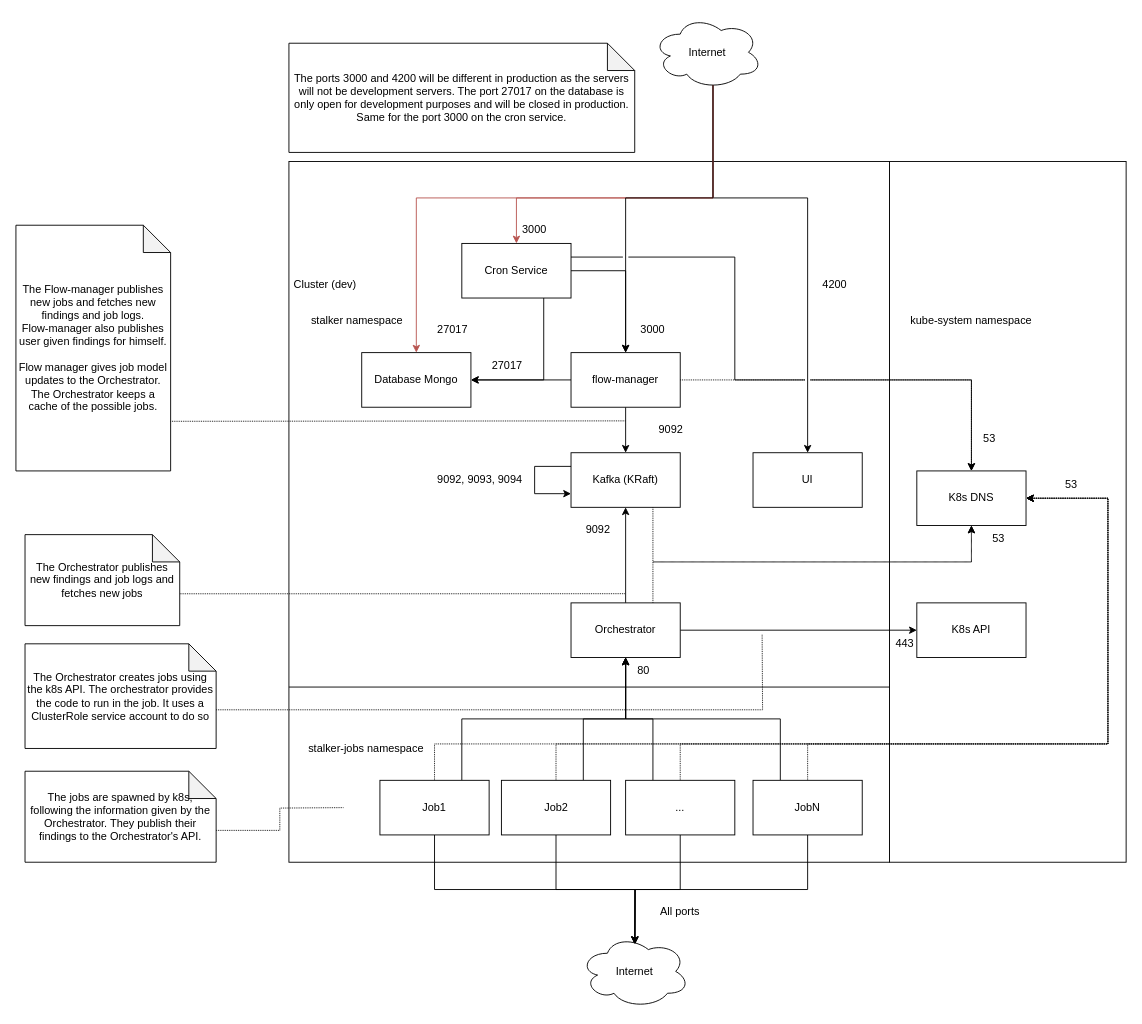
This is docs/static/img/dev_network_architecture.drawio.xml from red-kite-solutions/stalker, a draw.io file, before an edit. Source tidied: cells renumbered, new cells numbered last; positions are measured from the earlier drawing's top-left corner, leaving out a move shared by most shapes. Both pictures are drawn from the tidied source at 91%, with x=0, y=0 at pixel (15, 15).
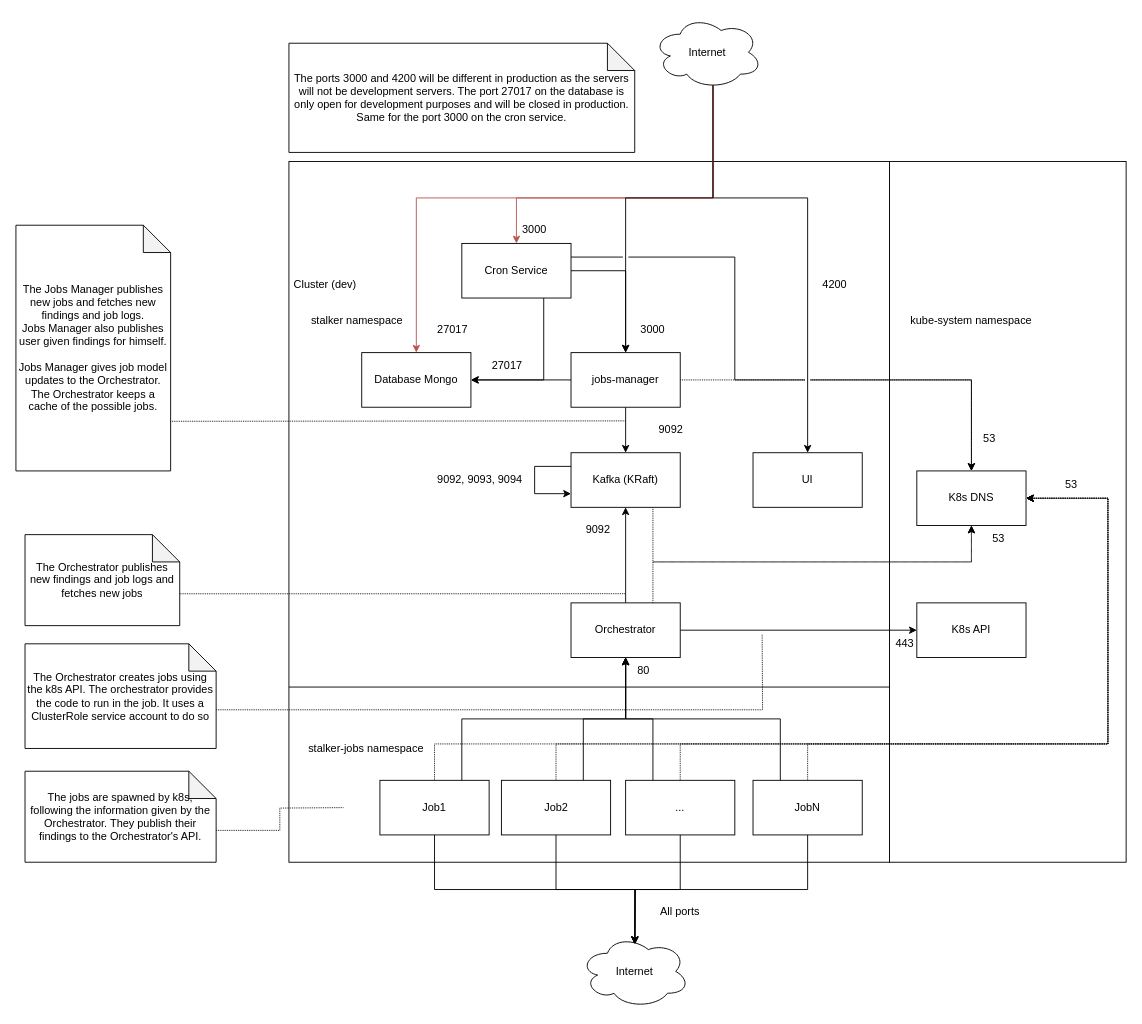
Above is the later version.

Diff of the diagram source:
```diff
@@
-    <mxCell id="9" value="flow-manager" style="rounded=0;whiteSpace=wrap;html=1;" parent="1" vertex="1">
+    <mxCell id="9" value="jobs-manager" style="rounded=0;whiteSpace=wrap;html=1;" parent="1" vertex="1">
       <mxGeometry x="610" y="370" width="120" height="60" as="geometry" />
     </mxCell>
@@
-    <mxCell id="59" value="The Flow-manager publishes new jobs and fetches new findings and job logs.&lt;br&gt;Flow-manager also publishes user given findings for himself.&lt;br&gt;&lt;br&gt;Flow manager gives job model updates to the Orchestrator. The Orchestrator keeps a cache of the possible jobs." style="shape=note;whiteSpace=wrap;html=1;backgroundOutline=1;darkOpacity=0.05;" parent="1" vertex="1">
+    <mxCell id="59" value="The Jobs Manager publishes new jobs and fetches new findings and job logs.&lt;br&gt;Jobs Manager also publishes user given findings for himself.&lt;br&gt;&lt;br&gt;Jobs Manager gives job model updates to the Orchestrator. The Orchestrator keeps a cache of the possible jobs." style="shape=note;whiteSpace=wrap;html=1;backgroundOutline=1;darkOpacity=0.05;" parent="1" vertex="1">
       <mxGeometry y="230" width="170" height="270" as="geometry" />
     </mxCell>
```
